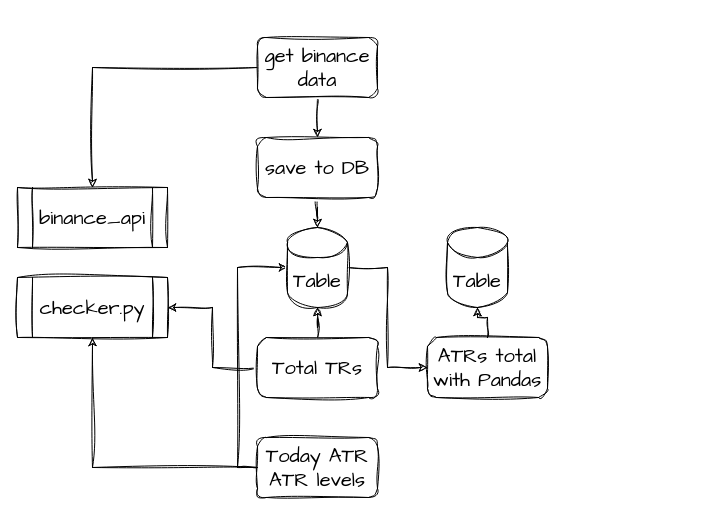
Earlier version of the draw.io diagram page "Daily_atrs" (2 of 7) of structure.drawio (Kupavtsev/markets_data_handler). Source tidied: cells renumbered, new cells numbered last; positions are measured from the earlier drawing's top-left corner, leaving out a move shared by most shapes. Both pictures are drawn from the tidied source at 100%, with x=0, y=0 at pixel (17, 37).
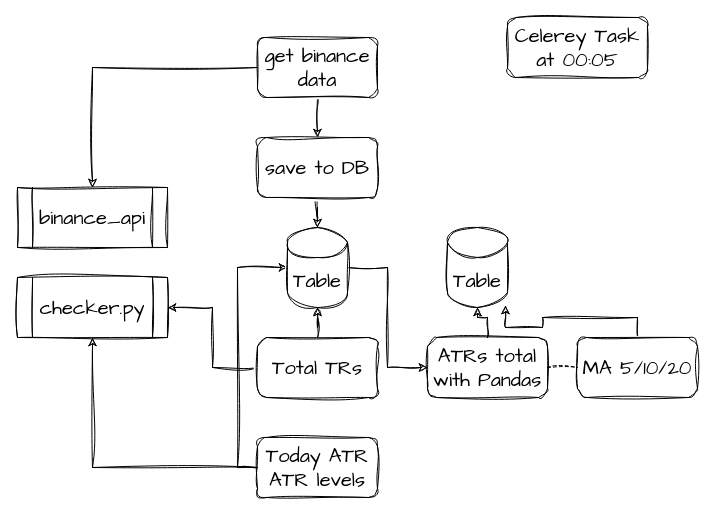
Above is the later version.

Unchanged cells that the change refers to:
```xml
<mxCell id="14" value="ATRs total with Pandas" style="rounded=1;whiteSpace=wrap;html=1;sketch=1;hachureGap=4;jiggle=2;curveFitting=1;fontFamily=Architects Daughter;fontSize=20;" parent="1" vertex="1">
  <mxGeometry x="410" y="300" width="120" height="60" as="geometry" />
</mxCell>
<mxCell id="15" value="Table" style="shape=cylinder3;whiteSpace=wrap;html=1;boundedLbl=1;backgroundOutline=1;size=15;sketch=1;hachureGap=4;jiggle=2;curveFitting=1;fontFamily=Architects Daughter;fontSize=20;" parent="1" vertex="1">
  <mxGeometry x="430" y="190" width="60" height="80" as="geometry" />
</mxCell>
```

What changed in the source:
```diff
@@
+    <mxCell id="20" value="Celerey Task at 00:05" style="rounded=1;whiteSpace=wrap;html=1;sketch=1;hachureGap=4;jiggle=2;curveFitting=1;fontFamily=Architects Daughter;fontSize=20;" parent="1" vertex="1">
+      <mxGeometry x="490" y="-20" width="140" height="60" as="geometry" />
+    </mxCell>
+    <mxCell id="21" style="edgeStyle=orthogonalEdgeStyle;rounded=0;sketch=1;hachureGap=4;jiggle=2;curveFitting=1;jettySize=auto;html=1;exitX=0.5;exitY=0;exitDx=0;exitDy=0;entryX=0.967;entryY=0.975;entryDx=0;entryDy=0;entryPerimeter=0;fontFamily=Architects Daughter;fontSize=16;" parent="1" edge="1" source="22" target="15">
+      <mxGeometry relative="1" as="geometry" />
+    </mxCell>
+    <mxCell id="22" value="MA 5/10/20" style="rounded=1;whiteSpace=wrap;html=1;sketch=1;hachureGap=4;jiggle=2;curveFitting=1;fontFamily=Architects Daughter;fontSize=20;" parent="1" vertex="1">
+      <mxGeometry x="560" y="300" width="120" height="60" as="geometry" />
+    </mxCell>
+    <mxCell id="23" style="endArrow=none;dashed=1;html=1;rounded=0;sketch=1;hachureGap=4;jiggle=2;curveFitting=1;fontFamily=Architects Daughter;fontSize=16;exitX=1;exitY=0.5;exitDx=0;exitDy=0;" parent="1" edge="1" source="14">
+      <mxGeometry relative="1" as="geometry">
+        <mxPoint x="560" y="330" as="targetPoint" />
+      </mxGeometry>
+    </mxCell>
```
